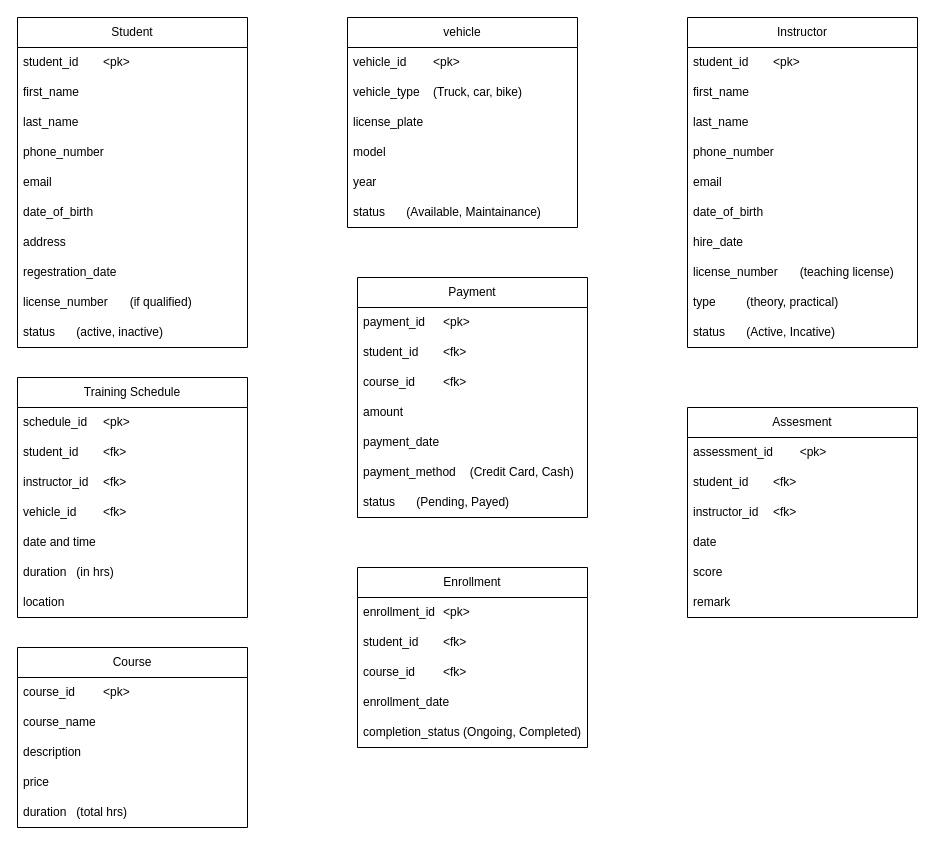
Earlier version of the draw.io diagram er_dia/drawio.drawio (junckerpoi/m2). Source tidied: cells renumbered, new cells numbered last; positions are measured from the earlier drawing's top-left corner, leaving out a move shared by most shapes. Both pictures are drawn from the tidied source at 100%, with x=0, y=0 at pixel (17, 17).
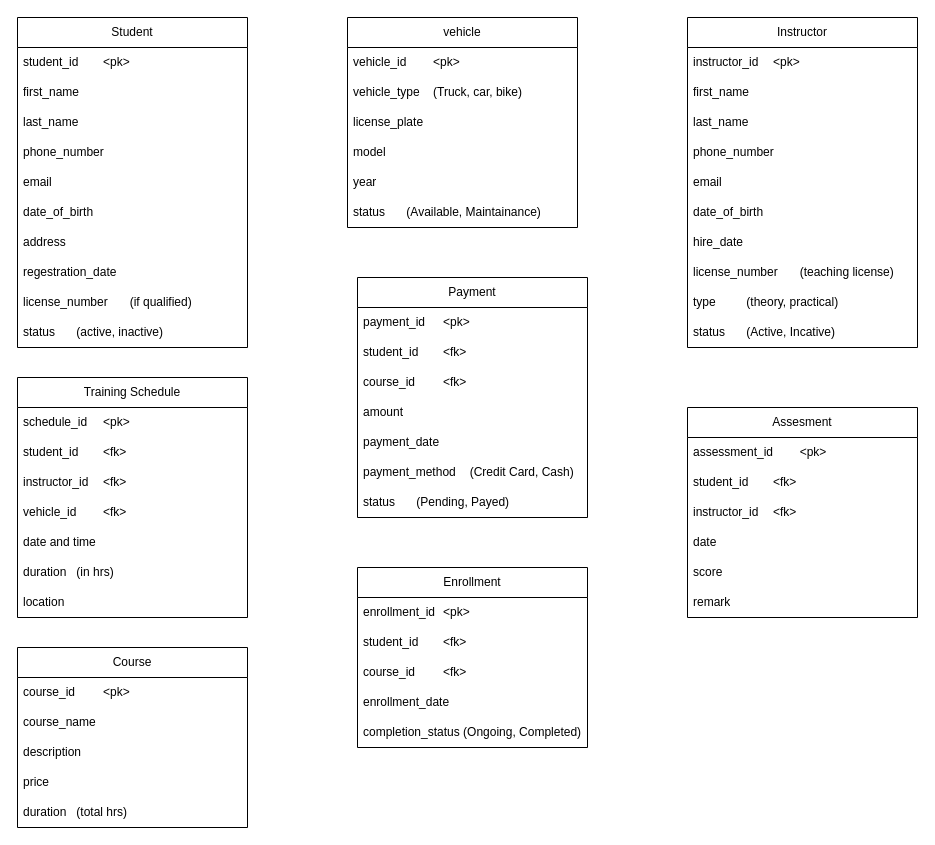
The same diagram, later.

The change refers to these unchanged cells:
```xml
<mxCell id="20" value="Instructor" style="swimlane;fontStyle=0;horizontal=1;startSize=30;whiteSpace=wrap;html=1;" parent="1" vertex="1">
  <mxGeometry x="670" width="230" height="330" as="geometry" />
</mxCell>
```

The edit, as a diff of the source:
```diff
@@
-    <mxCell id="21" value="student_id&lt;span style=&quot;white-space: pre;&quot;&gt;&#9;&lt;/span&gt;&amp;lt;pk&amp;gt;" style="text;strokeColor=none;fillColor=none;align=left;verticalAlign=middle;spacingLeft=4;spacingRight=4;overflow=hidden;whiteSpace=wrap;html=1;" parent="20" vertex="1">
+    <mxCell id="21" value="instructor_id&lt;span style=&quot;white-space: pre;&quot;&gt;&#9;&lt;/span&gt;&amp;lt;pk&amp;gt;" style="text;strokeColor=none;fillColor=none;align=left;verticalAlign=middle;spacingLeft=4;spacingRight=4;overflow=hidden;whiteSpace=wrap;html=1;" parent="20" vertex="1">
       <mxGeometry y="30" width="230" height="30" as="geometry" />
     </mxCell>
```
